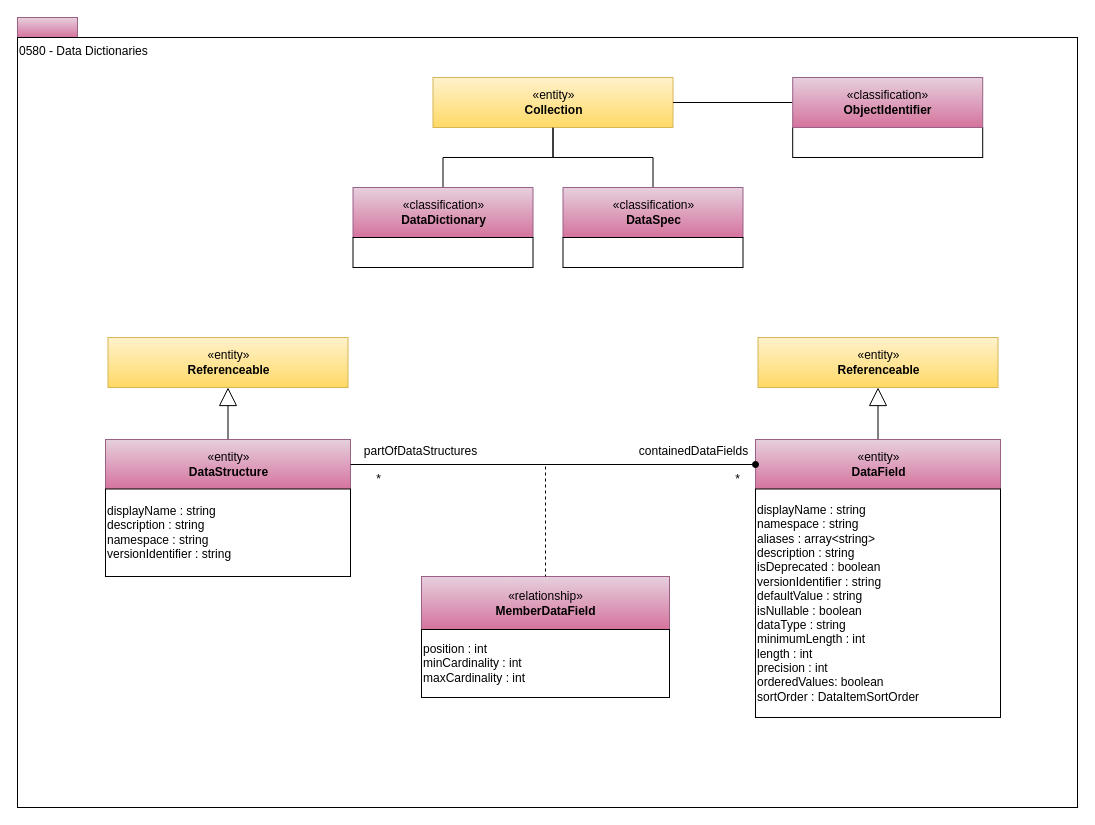
odpi/egeria-docs keeps this draw.io diagram as page "0580-Data-Dictionaries" (34 of 36) of site/docs/types/5/area-5-models-and-schema.drawio. Above is the earlier version. Source tidied: cells renumbered, new cells numbered last; positions are measured from the earlier drawing's top-left corner, leaving out a move shared by most shapes. Both pictures are drawn from the tidied source at 100%, with x=0, y=0 at pixel (17, 17).
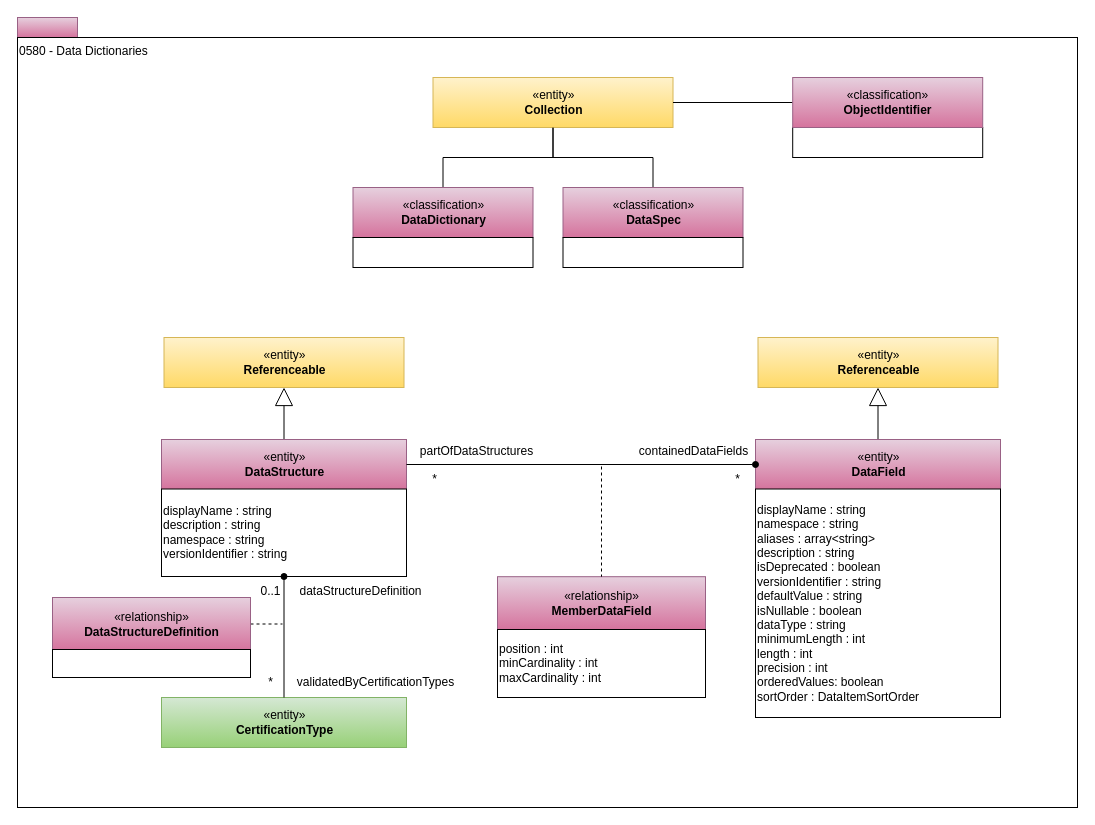
Above is the later version.

What changed in the source:
```diff
@@
     <mxCell id="5" value="«entity»&lt;br&gt;&lt;b&gt;DataStructure&lt;/b&gt;" style="html=1;strokeColor=#996185;align=center;fillColor=#e6d0de;gradientColor=#d5739d;" parent="1" vertex="1">
-      <mxGeometry x="88" y="422" width="245" height="50" as="geometry" />
+      <mxGeometry x="144" y="422" width="245" height="50" as="geometry" />
     </mxCell>
     <mxCell id="6" value="displayName : string&lt;br&gt;description : string&lt;br&gt;namespace : string&lt;div&gt;versionIdentifier : string&lt;br&gt;&lt;/div&gt;" style="rounded=0;whiteSpace=wrap;html=1;align=left;" parent="1" vertex="1">
-      <mxGeometry x="88" y="471.5" width="245" height="87.5" as="geometry" />
+      <mxGeometry x="144" y="471.5" width="245" height="87.5" as="geometry" />
     </mxCell>
     <mxCell id="7" value="«entity»&lt;br&gt;&lt;b&gt;Referenceable&lt;/b&gt;" style="html=1;strokeColor=#d6b656;align=center;fillColor=#fff2cc;gradientColor=#ffd966;" parent="1" vertex="1">
-      <mxGeometry x="90.5" y="320" width="240" height="50" as="geometry" />
+      <mxGeometry x="146.5" y="320" width="240" height="50" as="geometry" />
     </mxCell>
@@
     <mxCell id="19" value="«relationship»&lt;br&gt;&lt;b&gt;MemberDataField&lt;/b&gt;" style="html=1;strokeColor=#996185;align=center;fillColor=#e6d0de;gradientColor=#d5739d;" parent="1" vertex="1">
-      <mxGeometry x="404" y="559" width="248" height="53" as="geometry" />
+      <mxGeometry x="480" y="559.2" width="208" height="53" as="geometry" />
     </mxCell>
     <mxCell id="20" style="endArrow=none;dashed=1;html=1;" parent="1" edge="1" target="19">
       <mxGeometry relative="1" as="geometry">
-        <mxPoint x="528" y="449" as="sourcePoint" />
+        <mxPoint x="584" y="449" as="sourcePoint" />
       </mxGeometry>
     </mxCell>
     <mxCell id="21" value="position : int&lt;br&gt;minCardinality : int&lt;br&gt;maxCardinality : int" style="rounded=0;whiteSpace=wrap;html=1;align=left;" parent="1" vertex="1">
-      <mxGeometry x="404" y="612" width="248" height="68" as="geometry" />
+      <mxGeometry x="480" y="612" width="208" height="68" as="geometry" />
     </mxCell>
     <mxCell id="22" value="partOfDataStructures" style="text;html=1;align=center;verticalAlign=middle;strokeColor=none;fillColor=none;" parent="1" vertex="1">
-      <mxGeometry x="333" y="419" width="140" height="30" as="geometry" />
+      <mxGeometry x="389" y="419" width="140" height="30" as="geometry" />
     </mxCell>
@@
     <mxCell id="25" value="*" style="text;html=1;align=center;verticalAlign=middle;strokeColor=none;fillColor=none;" parent="1" vertex="1">
-      <mxGeometry x="349" y="449" width="23" height="26" as="geometry" />
+      <mxGeometry x="405" y="449" width="23" height="26" as="geometry" />
     </mxCell>
@@
+    <mxCell id="30" value="«entity»&lt;br&gt;&lt;b&gt;CertificationType&lt;/b&gt;" style="html=1;strokeColor=#82b366;align=center;fillColor=#d5e8d4;gradientColor=#97d077;" parent="1" vertex="1">
+      <mxGeometry x="144" y="680" width="245" height="50" as="geometry" />
+    </mxCell>
+    <mxCell id="31" style="edgeStyle=orthogonalEdgeStyle;rounded=0;jettySize=auto;html=1;exitX=0.5;exitY=0;exitDx=0;exitDy=0;entryX=0.5;entryY=1;entryDx=0;entryDy=0;endArrow=oval;endFill=1;" parent="1" edge="1" source="30" target="6">
+      <mxGeometry relative="1" as="geometry" />
+    </mxCell>
+    <mxCell id="32" style="edgeStyle=orthogonalEdgeStyle;rounded=0;jettySize=auto;html=1;exitX=1;exitY=0.5;exitDx=0;exitDy=0;endArrow=none;startFill=0;dashed=1;" parent="1" edge="1" source="33">
+      <mxGeometry relative="1" as="geometry">
+        <mxPoint x="265" y="607" as="targetPoint" />
+      </mxGeometry>
+    </mxCell>
+    <mxCell id="33" value="«relationship»&lt;div&gt;&lt;b&gt;DataStructureDefinition&lt;/b&gt;&lt;/div&gt;" style="html=1;strokeColor=#996185;align=center;fillColor=#e6d0de;gradientColor=#d5739d;" parent="1" vertex="1">
+      <mxGeometry x="35" y="580" width="198" height="53" as="geometry" />
+    </mxCell>
+    <mxCell id="34" style="rounded=0;whiteSpace=wrap;html=1;align=left;" parent="1" vertex="1">
+      <mxGeometry x="35" y="632" width="198" height="28" as="geometry" />
+    </mxCell>
+    <mxCell id="35" value="0..1" style="text;html=1;align=center;verticalAlign=middle;strokeColor=none;fillColor=none;" parent="1" vertex="1">
+      <mxGeometry x="233" y="559" width="40" height="30" as="geometry" />
+    </mxCell>
+    <mxCell id="36" value="*" style="text;html=1;align=center;verticalAlign=middle;strokeColor=none;fillColor=none;" parent="1" vertex="1">
+      <mxGeometry x="238" y="650" width="30" height="30" as="geometry" />
+    </mxCell>
+    <mxCell id="37" value="dataStructureDefinition" style="text;html=1;align=center;verticalAlign=middle;strokeColor=none;fillColor=none;" parent="1" vertex="1">
+      <mxGeometry x="268" y="559" width="150" height="30" as="geometry" />
+    </mxCell>
+    <mxCell id="38" value="validatedByCertificationTypes" style="text;html=1;align=center;verticalAlign=middle;strokeColor=none;fillColor=none;" parent="1" vertex="1">
+      <mxGeometry x="268" y="650" width="180" height="30" as="geometry" />
+    </mxCell>
```
